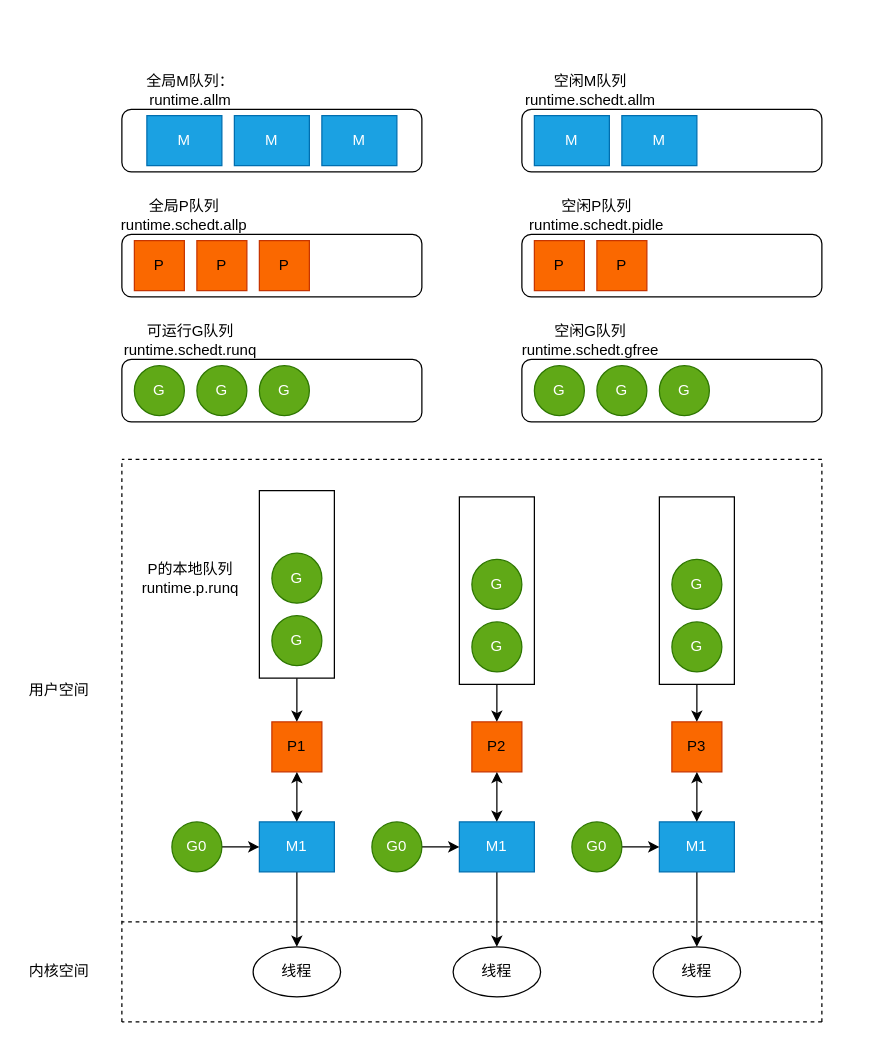
JustBasicOperation/beta-go keeps this draw.io diagram as GMP模型.drawio. Above is the earlier version. Source tidied: cells renumbered, new cells numbered last; positions are measured from the earlier drawing's top-left corner, leaving out a move shared by most shapes. Both pictures are drawn from the tidied source at 125%, with x=0, y=0 at pixel (21, 71).
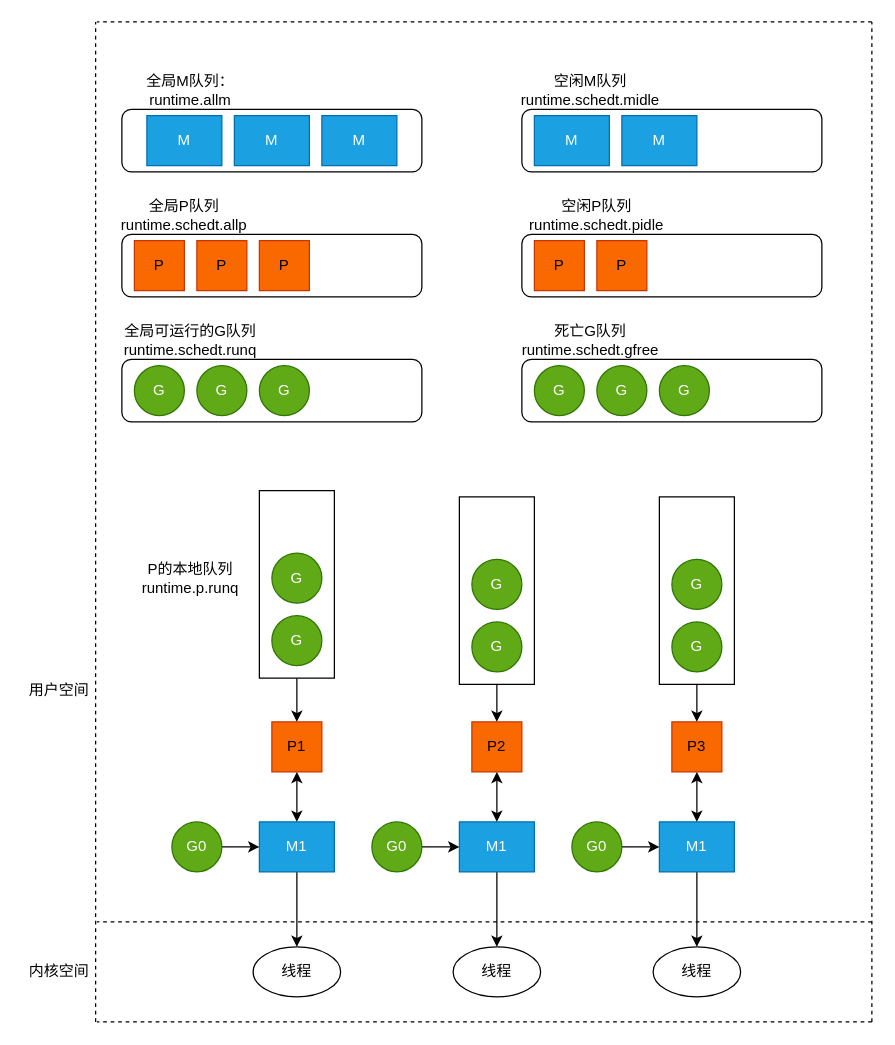
Above is the later version.

What changed in the source:
```diff
@@
-    <mxCell id="5" value="&lt;font face=&quot;Helvetica&quot;&gt;空闲M队列runtime.schedt.allm&lt;/font&gt;" style="text;html=1;strokeColor=none;fillColor=none;align=center;verticalAlign=middle;whiteSpace=wrap;rounded=0;" parent="1" vertex="1">
+    <mxCell id="5" value="&lt;font face=&quot;Helvetica&quot;&gt;空闲M队列runtime.schedt.midle&lt;/font&gt;" style="text;html=1;strokeColor=none;fillColor=none;align=center;verticalAlign=middle;whiteSpace=wrap;rounded=0;" parent="1" vertex="1">
       <mxGeometry x="400" width="110" height="30" as="geometry" />
     </mxCell>
@@
-    <mxCell id="24" value="&lt;font face=&quot;Helvetica&quot;&gt;可运行G队列&lt;br&gt;runtime.schedt.runq&lt;/font&gt;" style="text;html=1;strokeColor=none;fillColor=none;align=center;verticalAlign=middle;whiteSpace=wrap;rounded=0;" parent="1" vertex="1">
+    <mxCell id="24" value="&lt;font face=&quot;Helvetica&quot;&gt;全局可运行的G队列&lt;br&gt;runtime.schedt.runq&lt;/font&gt;" style="text;html=1;strokeColor=none;fillColor=none;align=center;verticalAlign=middle;whiteSpace=wrap;rounded=0;" parent="1" vertex="1">
       <mxGeometry x="80" y="200" width="110" height="30" as="geometry" />
     </mxCell>
@@
-    <mxCell id="29" value="&lt;font face=&quot;Helvetica&quot;&gt;空闲G队列&lt;br&gt;runtime.schedt.gfree&lt;/font&gt;" style="text;html=1;strokeColor=none;fillColor=none;align=center;verticalAlign=middle;whiteSpace=wrap;rounded=0;" parent="1" vertex="1">
+    <mxCell id="29" value="&lt;font face=&quot;Helvetica&quot;&gt;死亡G队列&lt;br&gt;runtime.schedt.gfree&lt;/font&gt;" style="text;html=1;strokeColor=none;fillColor=none;align=center;verticalAlign=middle;whiteSpace=wrap;rounded=0;" parent="1" vertex="1">
       <mxGeometry x="400" y="200" width="110" height="30" as="geometry" />
     </mxCell>
@@
     <mxCell id="64" style="endArrow=none;dashed=1;html=1;rounded=0;" parent="1" edge="1">
       <mxGeometry relative="1" as="geometry">
-        <mxPoint x="640" y="680" as="sourcePoint" />
-        <mxPoint x="80" y="680" as="targetPoint" />
+        <mxPoint x="680" y="680" as="sourcePoint" />
+        <mxPoint x="60" y="680" as="targetPoint" />
       </mxGeometry>
     </mxCell>
     <mxCell id="65" style="endArrow=none;dashed=1;html=1;rounded=0;" parent="1" edge="1">
       <mxGeometry relative="1" as="geometry">
-        <mxPoint x="640" y="760" as="sourcePoint" />
-        <mxPoint x="80" y="760" as="targetPoint" />
+        <mxPoint x="680" y="760" as="sourcePoint" />
+        <mxPoint x="60" y="760" as="targetPoint" />
       </mxGeometry>
     </mxCell>
     <mxCell id="66" style="endArrow=none;dashed=1;html=1;rounded=0;" parent="1" edge="1">
       <mxGeometry relative="1" as="geometry">
-        <mxPoint x="640" y="310" as="sourcePoint" />
-        <mxPoint x="80" y="310" as="targetPoint" />
+        <mxPoint x="680" y="-40" as="sourcePoint" />
+        <mxPoint x="60" y="-40" as="targetPoint" />
       </mxGeometry>
     </mxCell>
     <mxCell id="67" style="endArrow=none;dashed=1;html=1;rounded=0;" parent="1" edge="1">
       <mxGeometry relative="1" as="geometry">
-        <mxPoint x="80" y="760" as="sourcePoint" />
-        <mxPoint x="80" y="310" as="targetPoint" />
+        <mxPoint x="59" y="760" as="sourcePoint" />
+        <mxPoint x="59" y="-40" as="targetPoint" />
       </mxGeometry>
     </mxCell>
     <mxCell id="68" style="endArrow=none;dashed=1;html=1;rounded=0;" parent="1" edge="1">
       <mxGeometry relative="1" as="geometry">
-        <mxPoint x="640" y="760" as="sourcePoint" />
-        <mxPoint x="640" y="310" as="targetPoint" />
+        <mxPoint x="680" y="760" as="sourcePoint" />
+        <mxPoint x="680" y="-40" as="targetPoint" />
       </mxGeometry>
     </mxCell>
```
